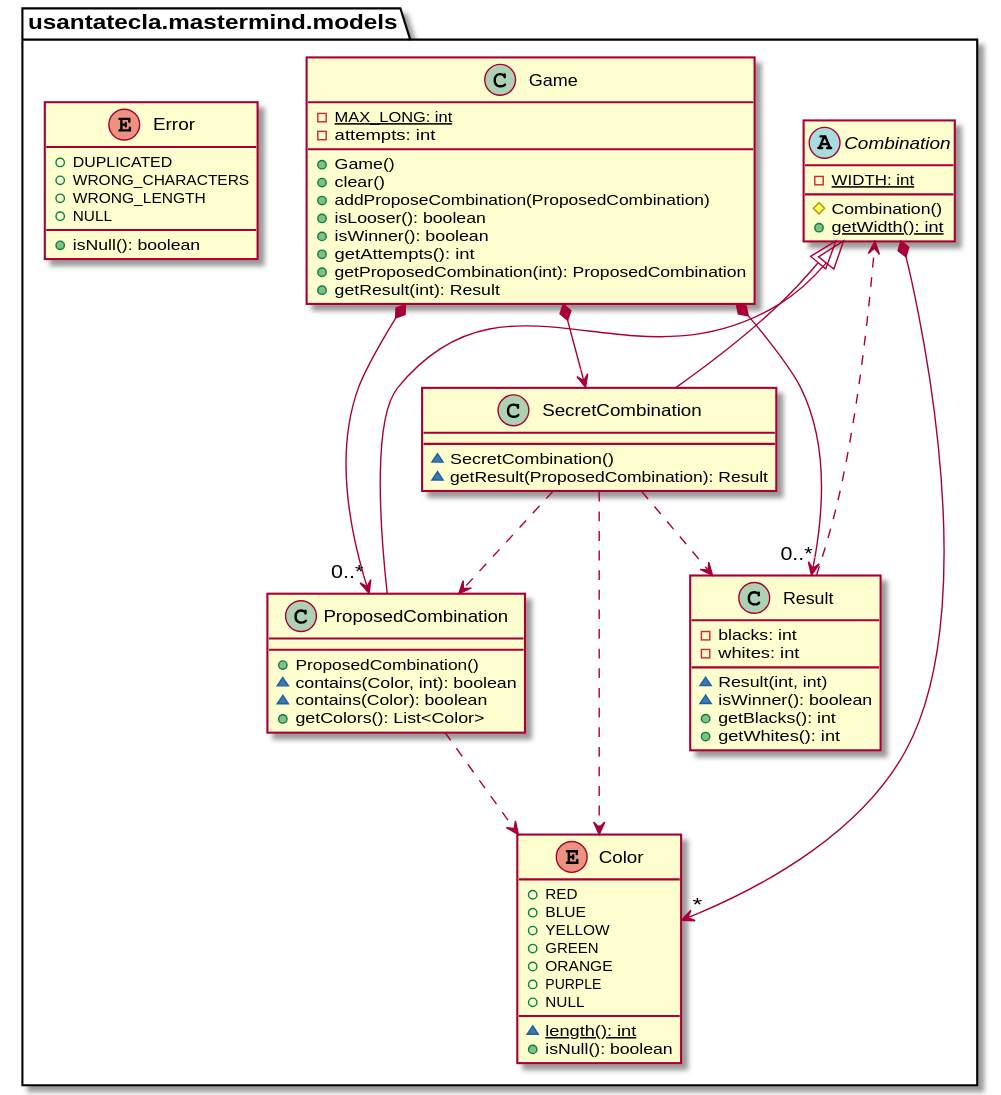
Before: documentView/withFactoryMethod/docs/diagrams/out/paquetes/usantatecla.mastermind.models.svg, a diagram exported from PlantUML (SantaTecla-mastermind/solution.java.swing.socket.sql). The source it was exported from:
```plantuml
@startuml
abstract class usantatecla.mastermind.models.Combination {
- {static} WIDTH: int
# Combination()
+ {static} getWidth(): int
}
usantatecla.mastermind.models.Combination *-down-> "*" usantatecla.mastermind.types.Color

class usantatecla.mastermind.models.Game {
- {static} MAX_LONG: int
- attempts: int
+ Game()
+ clear()
+ addProposeCombination(ProposedCombination)
+ isLooser(): boolean
+ isWinner(): boolean
+ getAttempts(): int
+ getProposedCombination(int): ProposedCombination
+ getResult(int): Result
}
usantatecla.mastermind.models.Game *-down-> usantatecla.mastermind.models.SecretCombination
usantatecla.mastermind.models.Game *-down-> "0..*" usantatecla.mastermind.models.Result
usantatecla.mastermind.models.Game *-down-> "0..*" usantatecla.mastermind.models.ProposedCombination

class usantatecla.mastermind.models.ProposedCombination {
+ ProposedCombination()
~ contains(Color, int): boolean
~ contains(Color): boolean
+ getColors(): List<Color>
}
usantatecla.mastermind.models.Combination <|-down- usantatecla.mastermind.models.ProposedCombination
usantatecla.mastermind.models.ProposedCombination ..> usantatecla.mastermind.types.Color

class usantatecla.mastermind.models.SecretCombination {
~ SecretCombination()
~ getResult(ProposedCombination): Result
}
usantatecla.mastermind.models.Combination <|-down- usantatecla.mastermind.models.SecretCombination
usantatecla.mastermind.models.SecretCombination ..> usantatecla.mastermind.models.Result
usantatecla.mastermind.models.SecretCombination ..> usantatecla.mastermind.models.ProposedCombination
usantatecla.mastermind.models.SecretCombination ..> usantatecla.mastermind.types.Color

class usantatecla.mastermind.models.Result {
- blacks: int
- whites: int
~ Result(int, int)
~ isWinner(): boolean
+ getBlacks(): int
+ getWhites(): int
}

usantatecla.mastermind.models.Result -down..> usantatecla.mastermind.models.Combination

enum usantatecla.mastermind.types.Color {
+ RED
+ BLUE
+ YELLOW
+ GREEN
+ ORANGE
+ PURPLE
+ NULL
~ {static} length(): int
+ isNull(): boolean
}

enum usantatecla.mastermind.types.Error {
+ DUPLICATED
+ WRONG_CHARACTERS
+ WRONG_LENGTH
+ NULL
+ isNull(): boolean
}
@enduml
```
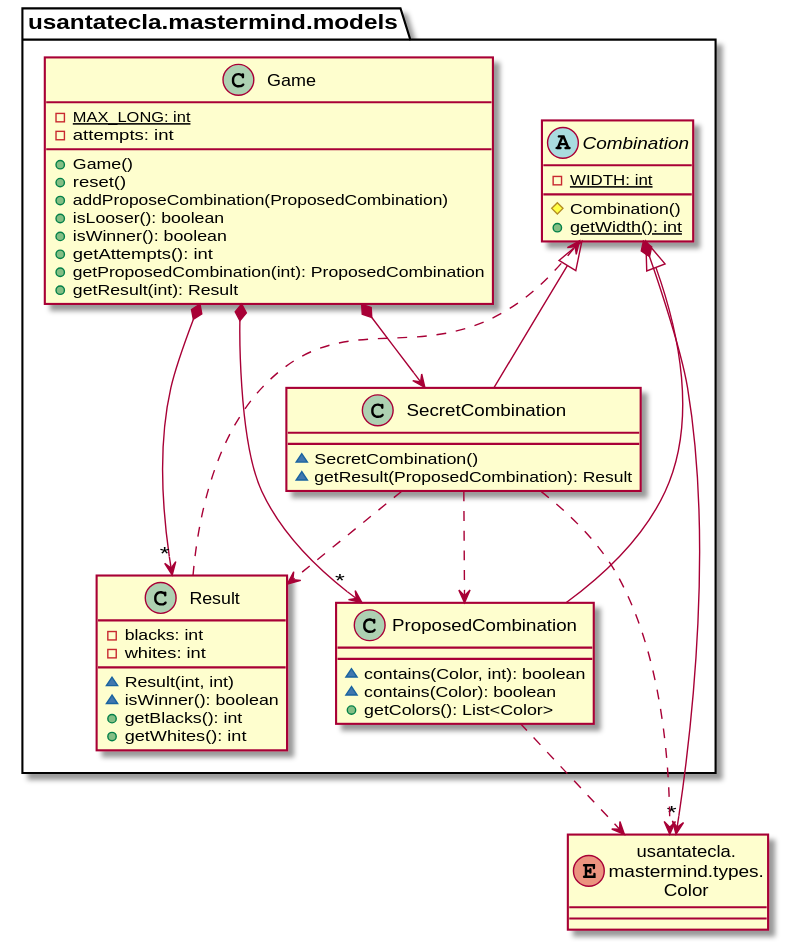
Above is the later version.

What changed in the source:
```diff
@@ -1,73 +1,54 @@
 @startuml
+enum Color as "usantatecla.\nmastermind.types.\nColor"
+
 abstract class usantatecla.mastermind.models.Combination {
-- {static} WIDTH: int
-# Combination()
-+ {static} getWidth(): int
+    - {static} WIDTH: int
+    # Combination()
+    + {static} getWidth(): int
 }
-usantatecla.mastermind.models.Combination *-down-> "*" usantatecla.mastermind.types.Color
+usantatecla.mastermind.models.Combination *-down-> "*" Color
 
 class usantatecla.mastermind.models.Game {
-- {static} MAX_LONG: int
-- attempts: int
-+ Game()
-+ clear()
-+ addProposeCombination(ProposedCombination)
-+ isLooser(): boolean
-+ isWinner(): boolean
-+ getAttempts(): int
-+ getProposedCombination(int): ProposedCombination
-+ getResult(int): Result
+    - {static} MAX_LONG: int
+    - attempts: int
+    + Game()
+    + reset()
+    + addProposeCombination(ProposedCombination)
+    + isLooser(): boolean
+    + isWinner(): boolean
+    + getAttempts(): int
+    + getProposedCombination(int): ProposedCombination
+    + getResult(int): Result
 }
 usantatecla.mastermind.models.Game *-down-> usantatecla.mastermind.models.SecretCombination
-usantatecla.mastermind.models.Game *-down-> "0..*" usantatecla.mastermind.models.Result
-usantatecla.mastermind.models.Game *-down-> "0..*" usantatecla.mastermind.models.ProposedCombination
+usantatecla.mastermind.models.Game *-down-> "*" usantatecla.mastermind.models.Result
+usantatecla.mastermind.models.Game *-down-> "*" usantatecla.mastermind.models.ProposedCombination
 
 class usantatecla.mastermind.models.ProposedCombination {
-+ ProposedCombination()
-~ contains(Color, int): boolean
-~ contains(Color): boolean
-+ getColors(): List<Color>
+    ~ contains(Color, int): boolean
+    ~ contains(Color): boolean
+    + getColors(): List<Color>
 }
-usantatecla.mastermind.models.Combination <|-down- usantatecla.mastermind.models.ProposedCombination
-usantatecla.mastermind.models.ProposedCombination ..> usantatecla.mastermind.types.Color
+usantatecla.mastermind.models.ProposedCombination -up-|> usantatecla.mastermind.models.Combination
+usantatecla.mastermind.models.ProposedCombination ..> Color
+
+class usantatecla.mastermind.models.Result {
+    - blacks: int
+    - whites: int
+    ~ Result(int, int)
+    ~ isWinner(): boolean
+    + getBlacks(): int
+    + getWhites(): int
+}
+
+usantatecla.mastermind.models.Result ..> usantatecla.mastermind.models.Combination
 
 class usantatecla.mastermind.models.SecretCombination {
-~ SecretCombination()
-~ getResult(ProposedCombination): Result
+    ~ SecretCombination()
+    ~ getResult(ProposedCombination): Result
 }
-usantatecla.mastermind.models.Combination <|-down- usantatecla.mastermind.models.SecretCombination
+usantatecla.mastermind.models.SecretCombination -up-|> usantatecla.mastermind.models.Combination
 usantatecla.mastermind.models.SecretCombination ..> usantatecla.mastermind.models.Result
 usantatecla.mastermind.models.SecretCombination ..> usantatecla.mastermind.models.ProposedCombination
-usantatecla.mastermind.models.SecretCombination ..> usantatecla.mastermind.types.Color
-
-class usantatecla.mastermind.models.Result {
-- blacks: int
-- whites: int
-~ Result(int, int)
-~ isWinner(): boolean
-+ getBlacks(): int
-+ getWhites(): int
-}
-
-usantatecla.mastermind.models.Result -down..> usantatecla.mastermind.models.Combination
-
-enum usantatecla.mastermind.types.Color {
-+ RED
-+ BLUE
-+ YELLOW
-+ GREEN
-+ ORANGE
-+ PURPLE
-+ NULL
-~ {static} length(): int
-+ isNull(): boolean
-}
-
-enum usantatecla.mastermind.types.Error {
-+ DUPLICATED
-+ WRONG_CHARACTERS
-+ WRONG_LENGTH
-+ NULL
-+ isNull(): boolean
-}
+usantatecla.mastermind.models.SecretCombination ..> Color
 @enduml
```
